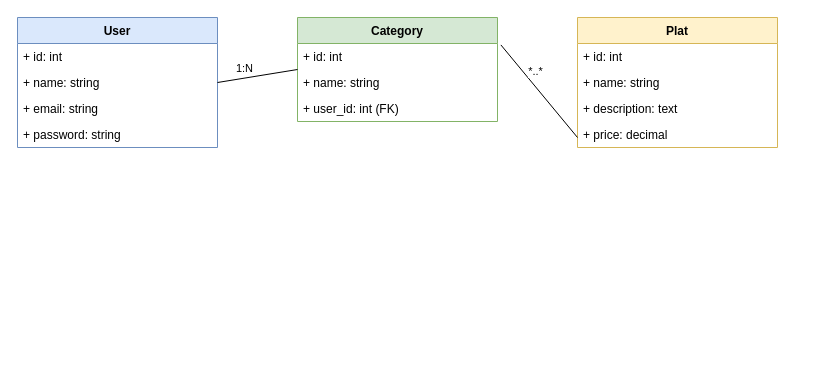
Before: docs/diagrammeClass.drawio in Medbdll/Restaurant_API, a draw.io diagram. Source tidied: cells renumbered, new cells numbered last; positions are measured from the earlier drawing's top-left corner, leaving out a move shared by most shapes. Both pictures are drawn from the tidied source at 100%, with x=0, y=0 at pixel (17, 17).
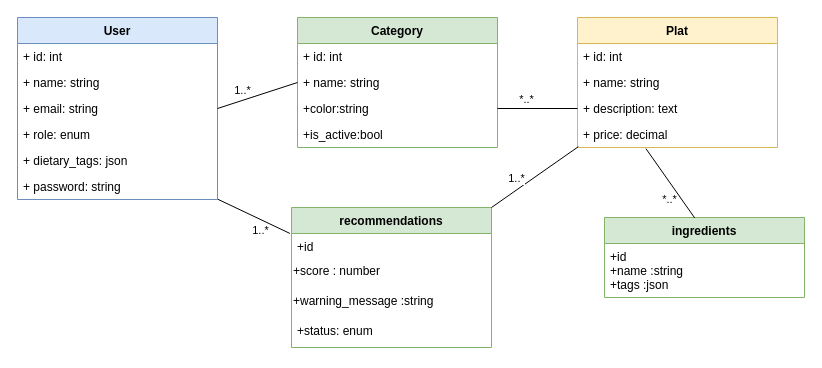
After the change.

The change refers to these unchanged cells:
```xml
<mxCell id="8" value="+ id: int" style="text;strokeColor=none;fillColor=none;align=left;verticalAlign=top;spacingLeft=4;spacingRight=4;overflow=hidden;points=[[0,0.5],[1,0.5]];portConstraint=eastwest;" parent="7" vertex="1">
  <mxGeometry y="26" width="200" height="26" as="geometry" />
</mxCell>
<mxCell id="14" value="+ description: text" style="text;strokeColor=none;fillColor=none;align=left;verticalAlign=top;spacingLeft=4;spacingRight=4;overflow=hidden;points=[[0,0.5],[1,0.5]];portConstraint=eastwest;" parent="11" vertex="1">
  <mxGeometry y="78" width="200" height="26" as="geometry" />
</mxCell>
<mxCell id="15" value="+ price: decimal" style="text;strokeColor=none;fillColor=none;align=left;verticalAlign=top;spacingLeft=4;spacingRight=4;overflow=hidden;points=[[0,0.5],[1,0.5]];portConstraint=eastwest;" parent="11" vertex="1">
  <mxGeometry y="104" width="200" height="26" as="geometry" />
</mxCell>
<mxCell id="16" style="endArrow=none;html=1;rounded=0;exitX=1;exitY=0.5;exitDx=0;exitDy=0;entryX=0;entryY=0.5;entryDx=0;entryDy=0;" parent="1" edge="1" source="2" target="7">
  <mxGeometry relative="1" as="geometry" />
</mxCell>
```

The edit, as a diff of the source:
```diff
@@
     <mxCell id="2" value="User" style="swimlane;fontStyle=1;align=center;verticalAlign=top;horizontal=1;startSize=26;fillColor=#dae8fc;strokeColor=#6c8ebf;" parent="1" vertex="1">
-      <mxGeometry width="200" height="130" as="geometry" />
+      <mxGeometry width="200" height="182" as="geometry" />
     </mxCell>
@@
-    <mxCell id="6" value="+ password: string" style="text;strokeColor=none;fillColor=none;align=left;verticalAlign=top;spacingLeft=4;spacingRight=4;overflow=hidden;" parent="2" vertex="1">
+    <mxCell id="6" value="+ role: enum" style="text;strokeColor=none;fillColor=none;align=left;verticalAlign=top;spacingLeft=4;spacingRight=4;overflow=hidden;" parent="2" vertex="1">
       <mxGeometry y="104" width="200" height="26" as="geometry" />
     </mxCell>
+    <mxCell id="20" value="+ dietary_tags: json" style="text;strokeColor=none;fillColor=none;align=left;verticalAlign=top;spacingLeft=4;spacingRight=4;overflow=hidden;" parent="2" vertex="1">
+      <mxGeometry y="130" width="200" height="26" as="geometry" />
+    </mxCell>
+    <mxCell id="21" value="+ password: string" style="text;strokeColor=none;fillColor=none;align=left;verticalAlign=top;spacingLeft=4;spacingRight=4;overflow=hidden;points=[[0,0.5],[1,0.5]];portConstraint=eastwest;" parent="2" vertex="1">
+      <mxGeometry y="156" width="200" height="26" as="geometry" />
+    </mxCell>
     <mxCell id="7" value="Category" style="swimlane;fontStyle=1;align=center;verticalAlign=top;horizontal=1;startSize=26;fillColor=#d5e8d4;strokeColor=#82b366;" parent="1" vertex="1">
-      <mxGeometry x="280" width="200" height="104" as="geometry" />
+      <mxGeometry x="280" width="200" height="130" as="geometry" />
     </mxCell>
@@
-    <mxCell id="10" value="+ user_id: int (FK)" style="text;strokeColor=none;fillColor=none;align=left;verticalAlign=top;spacingLeft=4;spacingRight=4;overflow=hidden;" parent="7" vertex="1">
-      <mxGeometry y="78" width="200" height="26" as="geometry" />
-    </mxCell>
+    <mxCell id="22" value="+color:string" style="text;strokeColor=none;fillColor=none;align=left;verticalAlign=top;spacingLeft=4;spacingRight=4;overflow=hidden;points=[[0,0.5],[1,0.5]];portConstraint=eastwest;" parent="7" vertex="1">
+      <mxGeometry y="78" width="200" height="26" as="geometry" />
+    </mxCell>
+    <mxCell id="23" value="+is_active:bool" style="text;strokeColor=none;fillColor=none;align=left;verticalAlign=top;spacingLeft=4;spacingRight=4;overflow=hidden;" parent="7" vertex="1">
+      <mxGeometry y="104" width="200" height="26" as="geometry" />
+    </mxCell>
@@
-    <mxCell id="17" value="1:N" style="edgeLabel;html=1;align=center;verticalAlign=middle;" parent="16" vertex="1">
+    <mxCell id="17" value="1..*" style="edgeLabel;html=1;align=center;verticalAlign=middle;" parent="16" vertex="1">
       <mxGeometry x="-0.3" y="10" relative="1" as="geometry" />
     </mxCell>
-    <mxCell id="18" style="endArrow=none;html=1;rounded=0;exitX=1.017;exitY=0.055;exitDx=0;exitDy=0;entryX=0;entryY=0.5;entryDx=0;entryDy=0;exitPerimeter=0;" parent="1" edge="1" source="8">
-      <mxGeometry relative="1" as="geometry">
-        <mxPoint x="560" y="120" as="targetPoint" />
-      </mxGeometry>
+    <mxCell id="18" style="endArrow=none;html=1;rounded=0;exitX=1;exitY=0.5;exitDx=0;exitDy=0;entryX=0;entryY=0.5;entryDx=0;entryDy=0;" parent="1" edge="1" source="22" target="14">
+      <mxGeometry relative="1" as="geometry" />
     </mxCell>
@@
+    <mxCell id="24" value="recommendations" style="swimlane;fontStyle=1;align=center;verticalAlign=top;horizontal=1;startSize=26;fillColor=#d5e8d4;strokeColor=#82b366;" parent="1" vertex="1">
+      <mxGeometry x="274" y="190" width="200" height="140" as="geometry" />
+    </mxCell>
+    <mxCell id="25" value="+id&#10;" style="text;strokeColor=none;fillColor=none;align=left;verticalAlign=top;spacingLeft=4;spacingRight=4;overflow=hidden;points=[[0,0.5],[1,0.5]];portConstraint=eastwest;" parent="24" vertex="1">
+      <mxGeometry y="26" width="200" height="24" as="geometry" />
+    </mxCell>
+    <mxCell id="26" value="&lt;span style=&quot;color: rgb(0, 0, 0); text-wrap-mode: nowrap;&quot;&gt;+score : number&lt;/span&gt;" style="text;whiteSpace=wrap;html=1;" parent="24" vertex="1">
+      <mxGeometry y="50" width="200" height="30" as="geometry" />
+    </mxCell>
+    <mxCell id="27" value="&lt;span style=&quot;color: rgb(0, 0, 0); text-wrap-mode: nowrap;&quot;&gt;+warning_message :string&lt;/span&gt;" style="text;whiteSpace=wrap;html=1;" parent="24" vertex="1">
+      <mxGeometry y="80" width="200" height="30" as="geometry" />
+    </mxCell>
+    <mxCell id="28" value="+status: enum" style="text;strokeColor=none;fillColor=none;align=left;verticalAlign=top;spacingLeft=4;spacingRight=4;overflow=hidden;" parent="24" vertex="1">
+      <mxGeometry y="110" width="200" height="30" as="geometry" />
+    </mxCell>
+    <mxCell id="29" value="ingredients&#10;&#10;" style="swimlane;fontStyle=1;align=center;verticalAlign=top;horizontal=1;startSize=26;fillColor=#d5e8d4;strokeColor=#82b366;" parent="1" vertex="1">
+      <mxGeometry x="587" y="200" width="200" height="80" as="geometry" />
+    </mxCell>
+    <mxCell id="30" value="+id&#10;+name :string&#10;+tags :json" style="text;strokeColor=none;fillColor=none;align=left;verticalAlign=top;spacingLeft=4;spacingRight=4;overflow=hidden;fontColor=default;" parent="29" vertex="1">
+      <mxGeometry y="26" width="200" height="54" as="geometry" />
+    </mxCell>
+    <mxCell id="31" style="endArrow=none;html=1;rounded=0;exitX=0.451;exitY=0.005;exitDx=0;exitDy=0;entryX=0.342;entryY=1.042;entryDx=0;entryDy=0;exitPerimeter=0;entryPerimeter=0;" parent="1" edge="1" source="29" target="15">
+      <mxGeometry relative="1" as="geometry" />
+    </mxCell>
+    <mxCell id="32" value="*..*" style="edgeLabel;html=1;align=center;verticalAlign=middle;" parent="31" vertex="1">
+      <mxGeometry x="-0.3" y="10" relative="1" as="geometry" />
+    </mxCell>
+    <mxCell id="33" style="endArrow=none;html=1;rounded=0;exitX=-0.008;exitY=-0.003;exitDx=0;exitDy=0;entryX=1.002;entryY=0.992;entryDx=0;entryDy=0;exitPerimeter=0;entryPerimeter=0;" parent="1" edge="1" source="25" target="21">
+      <mxGeometry relative="1" as="geometry" />
+    </mxCell>
+    <mxCell id="34" value="1..*" style="edgeLabel;html=1;align=center;verticalAlign=middle;" parent="33" vertex="1">
+      <mxGeometry x="-0.3" y="10" relative="1" as="geometry" />
+    </mxCell>
+    <mxCell id="35" style="endArrow=none;html=1;rounded=0;exitX=1;exitY=0;exitDx=0;exitDy=0;entryX=0.004;entryY=0.97;entryDx=0;entryDy=0;entryPerimeter=0;" parent="1" edge="1" source="24" target="15">
+      <mxGeometry relative="1" as="geometry" />
+    </mxCell>
+    <mxCell id="36" value="1..*" style="edgeLabel;html=1;align=center;verticalAlign=middle;" parent="35" vertex="1">
+      <mxGeometry x="-0.3" y="10" relative="1" as="geometry" />
+    </mxCell>
```
